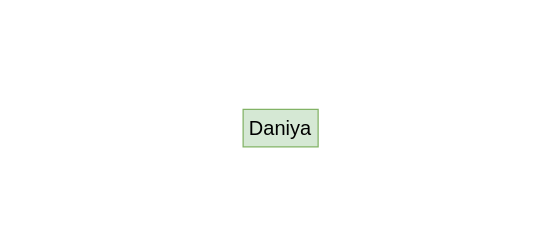
DaniyaYelemessova/Capstone-Brainstorming keeps this draw.io diagram as Capstone.drawio. Above is the earlier version. Source tidied: cells renumbered, new cells numbered last; positions are measured from the earlier drawing's top-left corner, leaving out a move shared by most shapes. Both pictures are drawn from the tidied source at 125%, with x=0, y=0 at pixel (242, 109).
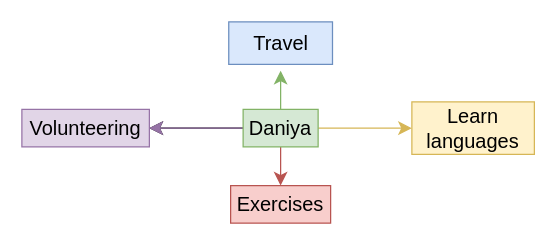
The same diagram, later.

What changed in the source:
```diff
@@
 <mxGraphModel>
   <root>
     <mxCell id="0" />
     <mxCell id="1" parent="0" />
+    <mxCell id="3" style="edgeStyle=none;curved=1;rounded=0;jettySize=auto;html=1;exitX=0.5;exitY=0;exitDx=0;exitDy=0;fontSize=12;startSize=8;endSize=8;fillColor=#d5e8d4;strokeColor=#82b366;" parent="1" edge="1" source="2">
+      <mxGeometry relative="1" as="geometry">
+        <mxPoint x="30" y="-31" as="targetPoint" />
+      </mxGeometry>
+    </mxCell>
+    <mxCell id="4" style="edgeStyle=none;curved=1;rounded=0;jettySize=auto;html=1;exitX=1;exitY=0.5;exitDx=0;exitDy=0;fontSize=12;startSize=8;endSize=8;fillColor=#fff2cc;strokeColor=#d6b656;" parent="1" edge="1" source="2" target="9">
+      <mxGeometry relative="1" as="geometry" />
+    </mxCell>
+    <mxCell id="5" style="edgeStyle=none;curved=1;rounded=0;jettySize=auto;html=1;exitX=0.5;exitY=1;exitDx=0;exitDy=0;fontSize=12;startSize=8;endSize=8;fillColor=#f8cecc;strokeColor=#b85450;" parent="1" edge="1" source="2" target="10">
+      <mxGeometry relative="1" as="geometry" />
+    </mxCell>
+    <mxCell id="6" style="edgeStyle=none;curved=1;rounded=0;jettySize=auto;html=1;exitX=0;exitY=0.5;exitDx=0;exitDy=0;fontSize=12;startSize=8;endSize=8;" parent="1" edge="1" source="2" target="11">
+      <mxGeometry relative="1" as="geometry" />
+    </mxCell>
+    <mxCell id="7" style="edgeStyle=none;curved=1;rounded=0;jettySize=auto;html=1;fontSize=12;startSize=8;endSize=8;fillColor=#e1d5e7;strokeColor=#9673a6;" parent="1" edge="1" source="2" target="11">
+      <mxGeometry relative="1" as="geometry" />
+    </mxCell>
     <mxCell id="2" value="Daniya" style="text;strokeColor=#82b366;fillColor=#d5e8d4;html=1;align=center;verticalAlign=middle;whiteSpace=wrap;rounded=0;fontSize=16;" parent="1" vertex="1">
       <mxGeometry width="60" height="30" as="geometry" />
     </mxCell>
+    <mxCell id="8" value="Travel" style="text;strokeColor=#6c8ebf;fillColor=#dae8fc;html=1;align=center;verticalAlign=middle;whiteSpace=wrap;rounded=0;fontSize=16;" parent="1" vertex="1">
+      <mxGeometry x="-11.5" y="-70" width="83" height="34" as="geometry" />
+    </mxCell>
+    <mxCell id="9" value="Learn languages" style="text;strokeColor=#d6b656;fillColor=#fff2cc;html=1;align=center;verticalAlign=middle;whiteSpace=wrap;rounded=0;fontSize=16;" parent="1" vertex="1">
+      <mxGeometry x="135" y="-6" width="98" height="42" as="geometry" />
+    </mxCell>
+    <mxCell id="10" value="Exercises" style="text;strokeColor=#b85450;fillColor=#f8cecc;html=1;align=center;verticalAlign=middle;whiteSpace=wrap;rounded=0;fontSize=16;" parent="1" vertex="1">
+      <mxGeometry x="-10" y="61" width="80" height="30" as="geometry" />
+    </mxCell>
+    <mxCell id="11" value="Volunteering" style="text;strokeColor=#9673a6;fillColor=#e1d5e7;html=1;align=center;verticalAlign=middle;whiteSpace=wrap;rounded=0;fontSize=16;" parent="1" vertex="1">
+      <mxGeometry x="-177" width="102" height="30" as="geometry" />
+    </mxCell>
   </root>
 </mxGraphModel>
```
